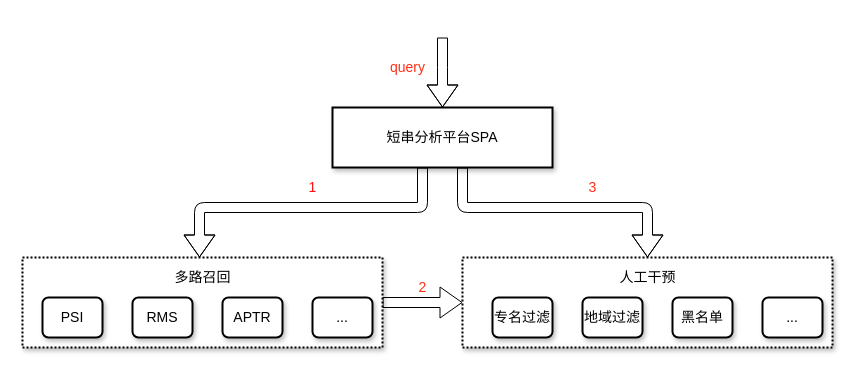
This is SPA-background.drawio from 2hip3ng/AppDesign, a draw.io file, before an edit. Source tidied: cells renumbered, new cells numbered last; positions are measured from the earlier drawing's top-left corner, leaving out a move shared by most shapes. Both pictures are drawn from the tidied source at 100%, with x=0, y=0 at pixel (22, 37).
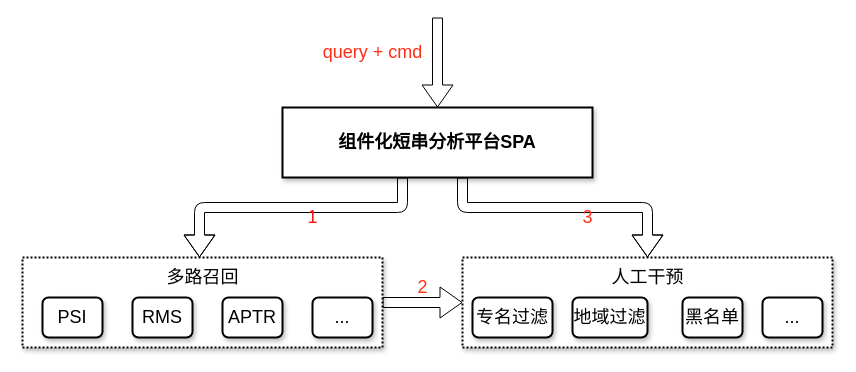
After the change.

The change refers to these unchanged cells:
```xml
<mxCell id="3" style="rounded=0;whiteSpace=wrap;html=1;shadow=1;glass=0;sketch=0;fontSize=14;strokeWidth=2;dashed=1;dashPattern=1 1;" parent="1" vertex="1">
  <mxGeometry y="220" width="360" height="90" as="geometry" />
</mxCell>
```

What changed in the source:
```diff
@@
-    <mxCell id="4" value="RMS" style="rounded=1;whiteSpace=wrap;html=1;shadow=1;glass=0;sketch=0;fontSize=14;strokeWidth=2;gradientColor=none;" parent="1" vertex="1">
+    <mxCell id="4" value="&lt;font style=&quot;font-size: 18px&quot;&gt;RMS&lt;/font&gt;" style="rounded=1;whiteSpace=wrap;html=1;shadow=1;glass=0;sketch=0;fontSize=14;strokeWidth=2;gradientColor=none;" parent="1" vertex="1">
       <mxGeometry x="110" y="260" width="60" height="40" as="geometry" />
     </mxCell>
-    <mxCell id="5" value="PSI" style="rounded=1;whiteSpace=wrap;html=1;shadow=1;glass=0;sketch=0;fontSize=14;strokeWidth=2;gradientColor=none;" parent="1" vertex="1">
+    <mxCell id="5" value="&lt;font style=&quot;font-size: 18px&quot;&gt;PSI&lt;/font&gt;" style="rounded=1;whiteSpace=wrap;html=1;shadow=1;glass=0;sketch=0;fontSize=14;strokeWidth=2;gradientColor=none;" parent="1" vertex="1">
       <mxGeometry x="20" y="260" width="60" height="40" as="geometry" />
     </mxCell>
-    <mxCell id="6" value="APTR" style="rounded=1;whiteSpace=wrap;html=1;shadow=1;glass=0;sketch=0;fontSize=14;strokeWidth=2;gradientColor=none;" parent="1" vertex="1">
+    <mxCell id="6" value="&lt;font style=&quot;font-size: 18px&quot;&gt;APTR&lt;/font&gt;" style="rounded=1;whiteSpace=wrap;html=1;shadow=1;glass=0;sketch=0;fontSize=14;strokeWidth=2;gradientColor=none;" parent="1" vertex="1">
       <mxGeometry x="200" y="260" width="60" height="40" as="geometry" />
     </mxCell>
@@
-    <mxCell id="8" value="地域过滤" style="rounded=1;whiteSpace=wrap;html=1;shadow=1;glass=0;sketch=0;fontSize=14;strokeWidth=2;gradientColor=none;" parent="1" vertex="1">
-      <mxGeometry x="560" y="260" width="60" height="40" as="geometry" />
+    <mxCell id="8" value="地域过滤" style="rounded=1;whiteSpace=wrap;html=1;shadow=1;glass=0;sketch=0;fontSize=18;strokeWidth=2;gradientColor=none;" parent="1" vertex="1">
+      <mxGeometry x="550" y="260" width="75" height="40" as="geometry" />
     </mxCell>
-    <mxCell id="9" value="专名过滤" style="rounded=1;whiteSpace=wrap;html=1;shadow=1;glass=0;sketch=0;fontSize=14;strokeWidth=2;gradientColor=none;" parent="1" vertex="1">
-      <mxGeometry x="470" y="260" width="60" height="40" as="geometry" />
+    <mxCell id="9" value="专名过滤" style="rounded=1;whiteSpace=wrap;html=1;shadow=1;glass=0;sketch=0;fontSize=18;strokeWidth=2;gradientColor=none;" parent="1" vertex="1">
+      <mxGeometry x="450" y="260" width="80" height="40" as="geometry" />
     </mxCell>
-    <mxCell id="10" value="黑名单" style="rounded=1;whiteSpace=wrap;html=1;shadow=1;glass=0;sketch=0;fontSize=14;strokeWidth=2;gradientColor=none;" parent="1" vertex="1">
-      <mxGeometry x="650" y="260" width="60" height="40" as="geometry" />
+    <mxCell id="10" value="黑名单" style="rounded=1;whiteSpace=wrap;html=1;shadow=1;glass=0;sketch=0;fontSize=18;strokeWidth=2;gradientColor=none;" parent="1" vertex="1">
+      <mxGeometry x="660" y="260" width="60" height="40" as="geometry" />
     </mxCell>
-    <mxCell id="11" value="多路召回" style="text;html=1;align=center;verticalAlign=middle;strokeColor=none;fontSize=14;" parent="1" vertex="1">
-      <mxGeometry x="145" y="230" width="70" height="20" as="geometry" />
+    <mxCell id="11" value="多路召回" style="text;html=1;align=center;verticalAlign=middle;strokeColor=none;fontSize=18;" parent="1" vertex="1">
+      <mxGeometry x="135" y="225" width="90" height="30" as="geometry" />
     </mxCell>
-    <mxCell id="12" value="..." style="rounded=1;whiteSpace=wrap;html=1;shadow=1;glass=0;sketch=0;fontSize=14;strokeWidth=2;gradientColor=none;" parent="1" vertex="1">
+    <mxCell id="12" value="..." style="rounded=1;whiteSpace=wrap;html=1;shadow=1;glass=0;sketch=0;fontSize=18;strokeWidth=2;gradientColor=none;" parent="1" vertex="1">
       <mxGeometry x="740" y="260" width="60" height="40" as="geometry" />
     </mxCell>
-    <mxCell id="13" value="人工干预" style="text;html=1;align=center;verticalAlign=middle;strokeColor=none;fontSize=14;" parent="1" vertex="1">
-      <mxGeometry x="590" y="230" width="70" height="20" as="geometry" />
+    <mxCell id="13" value="人工干预" style="text;html=1;align=center;verticalAlign=middle;strokeColor=none;fontSize=18;" parent="1" vertex="1">
+      <mxGeometry x="580" y="225" width="90" height="30" as="geometry" />
     </mxCell>
-    <mxCell id="14" value="..." style="rounded=1;whiteSpace=wrap;html=1;shadow=1;glass=0;sketch=0;fontSize=14;strokeWidth=2;gradientColor=none;" parent="1" vertex="1">
+    <mxCell id="14" value="..." style="rounded=1;whiteSpace=wrap;html=1;shadow=1;glass=0;sketch=0;fontSize=18;strokeWidth=2;gradientColor=none;" parent="1" vertex="1">
       <mxGeometry x="290" y="260" width="60" height="40" as="geometry" />
     </mxCell>
-    <mxCell id="15" style="edgeStyle=orthogonalEdgeStyle;shape=flexArrow;rounded=1;jettySize=auto;html=1;exitX=0.5;exitY=0;exitDx=0;exitDy=0;fontSize=14;startArrow=block;endArrow=none;endFill=0;startSize=7;endSize=7;sourcePerimeterSpacing=0;targetPerimeterSpacing=0;strokeWidth=1;fillColor=#ffffff;" parent="1" edge="1" source="18">
-      <mxGeometry relative="1" as="geometry">
-        <mxPoint x="420" as="targetPoint" />
-        <Array as="points">
-          <mxPoint x="420" y="30" />
-          <mxPoint x="420" y="30" />
-        </Array>
-      </mxGeometry>
-    </mxCell>
     <mxCell id="16" style="edgeStyle=orthogonalEdgeStyle;shape=flexArrow;rounded=1;jettySize=auto;html=1;fontSize=14;startArrow=none;endArrow=block;endFill=0;startSize=7;endSize=7;sourcePerimeterSpacing=0;targetPerimeterSpacing=0;strokeWidth=1;fillColor=#ffffff;startFill=0;" parent="1" edge="1" source="18" target="3">
       <mxGeometry relative="1" as="geometry">
         <Array as="points">
-          <mxPoint x="400" y="170" />
+          <mxPoint x="380" y="170" />
           <mxPoint x="177" y="170" />
         </Array>
       </mxGeometry>
     </mxCell>
@@
+    <mxCell id="23" style="edgeStyle=orthogonalEdgeStyle;shape=flexArrow;rounded=1;jettySize=auto;html=1;fontSize=14;fontColor=#FF2E17;startArrow=block;startFill=0;endArrow=none;endFill=0;startSize=7;endSize=7;sourcePerimeterSpacing=0;targetPerimeterSpacing=0;strokeWidth=1;fillColor=#ffffff;" parent="1" edge="1" source="18">
+      <mxGeometry relative="1" as="geometry">
+        <mxPoint x="415" y="-20" as="targetPoint" />
+        <Array as="points">
+          <mxPoint x="415" y="-20" />
+        </Array>
+      </mxGeometry>
+    </mxCell>
-    <mxCell id="18" value="&lt;span&gt;短串分析平台SPA&lt;/span&gt;" style="whiteSpace=wrap;html=1;rounded=0;shadow=1;glass=0;sketch=0;fontSize=14;strokeWidth=2;gradientColor=none;" parent="1" vertex="1">
-      <mxGeometry x="310" y="70" width="220" height="60" as="geometry" />
+    <mxCell id="18" value="&lt;span style=&quot;font-size: 18px&quot;&gt;&lt;b&gt;组件化短串分析平台SPA&lt;/b&gt;&lt;/span&gt;" style="whiteSpace=wrap;html=1;rounded=0;shadow=1;glass=0;sketch=0;fontSize=18;strokeWidth=2;gradientColor=none;" parent="1" vertex="1">
+      <mxGeometry x="260" y="70" width="310" height="70" as="geometry" />
     </mxCell>
-    <mxCell id="19" value="query" style="text;html=1;align=center;verticalAlign=middle;strokeColor=none;fontSize=14;fontColor=#FF2E17;" parent="1" vertex="1">
-      <mxGeometry x="360" y="20" width="50" height="20" as="geometry" />
+    <mxCell id="19" value="&lt;font style=&quot;font-size: 18px;&quot;&gt;query + cmd&lt;/font&gt;" style="text;html=1;align=center;verticalAlign=middle;strokeColor=none;fontSize=18;fontColor=#FF2E17;" parent="1" vertex="1">
+      <mxGeometry x="290" width="120" height="30" as="geometry" />
     </mxCell>
-    <mxCell id="20" value="1" style="text;html=1;align=center;verticalAlign=middle;fontSize=14;fontColor=#FF1212;" parent="1" vertex="1">
-      <mxGeometry x="280" y="140" width="20" height="20" as="geometry" />
+    <mxCell id="20" value="1" style="text;html=1;align=center;verticalAlign=middle;fontSize=18;fontColor=#FF1212;" parent="1" vertex="1">
+      <mxGeometry x="275" y="165" width="30" height="30" as="geometry" />
     </mxCell>
-    <mxCell id="21" value="2" style="text;html=1;align=center;verticalAlign=middle;strokeColor=none;fontSize=14;fontColor=#FF2E17;" parent="1" vertex="1">
-      <mxGeometry x="390" y="240" width="20" height="20" as="geometry" />
+    <mxCell id="21" value="2" style="text;html=1;align=center;verticalAlign=middle;strokeColor=none;fontSize=18;fontColor=#FF2E17;" parent="1" vertex="1">
+      <mxGeometry x="385" y="235" width="30" height="30" as="geometry" />
     </mxCell>
-    <mxCell id="22" value="3" style="text;html=1;align=center;verticalAlign=middle;strokeColor=none;fontSize=14;fontColor=#FF2E17;" parent="1" vertex="1">
-      <mxGeometry x="560" y="140" width="20" height="20" as="geometry" />
+    <mxCell id="22" value="3" style="text;html=1;align=center;verticalAlign=middle;strokeColor=none;fontSize=18;fontColor=#FF2E17;" parent="1" vertex="1">
+      <mxGeometry x="550" y="165" width="30" height="30" as="geometry" />
     </mxCell>
```
